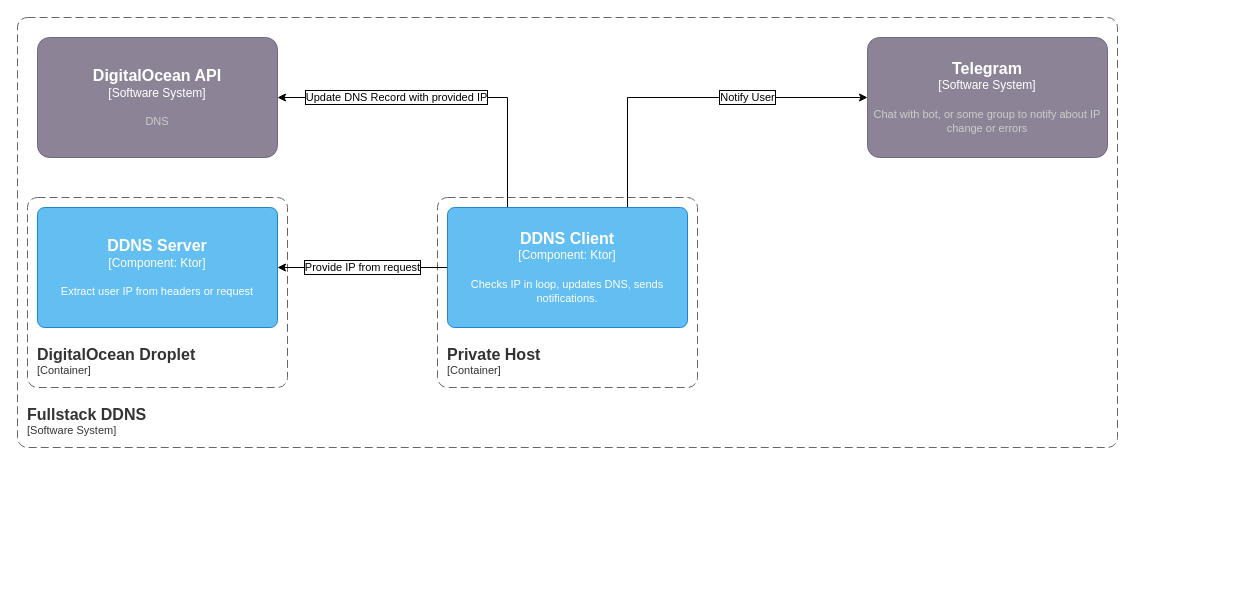
Heapy/ddns-fullstack keeps this draw.io diagram as docs/Fullstack DDNS.drawio. Above is the earlier version. Source tidied: cells renumbered, new cells numbered last; positions are measured from the earlier drawing's top-left corner, leaving out a move shared by most shapes. Both pictures are drawn from the tidied source at 100%, with x=0, y=0 at pixel (17, 17).
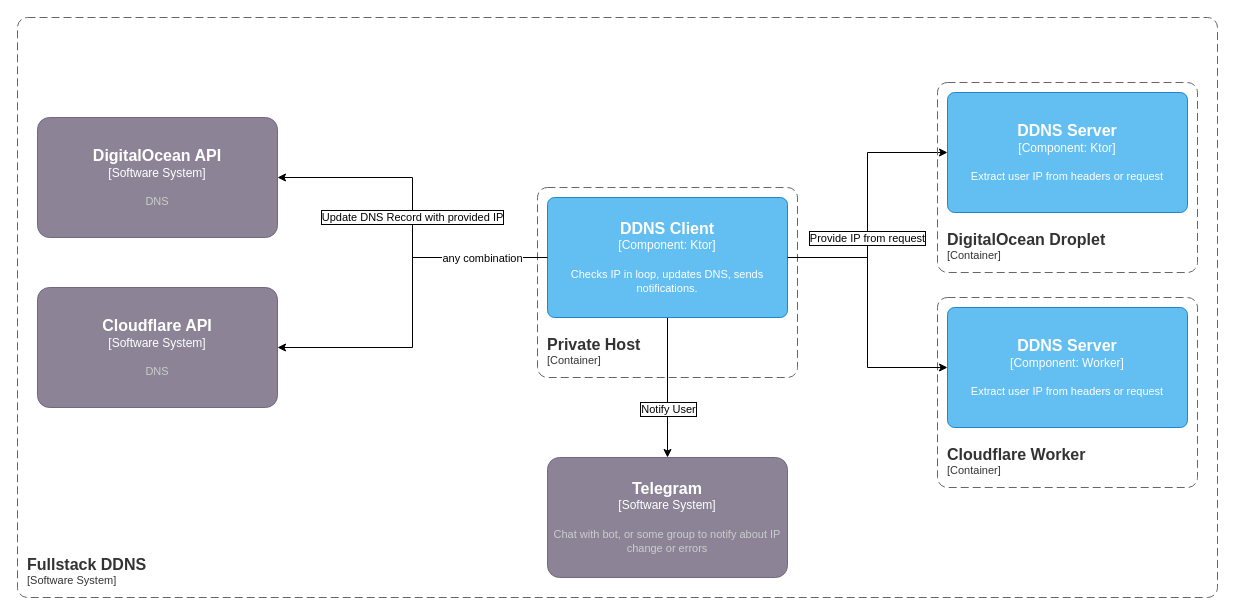
The same page after the edit.

Change to the diagram source:
```diff
@@
     <object id="2" label="&lt;font style=&quot;font-size: 16px&quot;&gt;&lt;b&gt;&lt;div style=&quot;text-align: left&quot;&gt;%c4Name%&lt;/div&gt;&lt;/b&gt;&lt;/font&gt;&lt;div style=&quot;text-align: left&quot;&gt;[%c4Application%]&lt;/div&gt;" c4Application="Software System" c4Name="Fullstack DDNS" placeholders="1">
       <mxCell style="rounded=1;fontSize=11;whiteSpace=wrap;html=1;dashed=1;arcSize=20;fillColor=none;strokeColor=#666666;fontColor=#333333;labelBackgroundColor=none;align=left;verticalAlign=bottom;labelBorderColor=none;spacingTop=0;spacing=10;dashPattern=8 4;perimeter=rectanglePerimeter;noLabel=0;labelPadding=0;absoluteArcSize=1;" parent="1" vertex="1">
-        <mxGeometry width="1100" height="430" as="geometry" />
+        <mxGeometry width="1200" height="580" as="geometry" />
       </mxCell>
     </object>
-    <object id="3" label="&lt;font style=&quot;font-size: 16px&quot;&gt;&lt;b&gt;&lt;div style=&quot;text-align: left&quot;&gt;%c4Name%&lt;/div&gt;&lt;/b&gt;&lt;/font&gt;&lt;div style=&quot;text-align: left&quot;&gt;[%c4Application%]&lt;/div&gt;" c4Application="Container" c4Name="DigitalOcean Droplet" placeholders="1">
-      <mxCell style="rounded=1;fontSize=11;whiteSpace=wrap;html=1;dashed=1;arcSize=20;fillColor=none;strokeColor=#666666;fontColor=#333333;labelBackgroundColor=none;align=left;verticalAlign=bottom;labelBorderColor=none;spacingTop=0;spacing=10;dashPattern=8 4;perimeter=rectanglePerimeter;noLabel=0;labelPadding=0;absoluteArcSize=1;" parent="1" vertex="1">
-        <mxGeometry x="10" y="180" width="260" height="190" as="geometry" />
-      </mxCell>
-    </object>
-    <object id="4" label="&lt;font style=&quot;font-size: 16px&quot;&gt;&lt;b&gt;%c4Name%&lt;/b&gt;&lt;/font&gt;&lt;div&gt;[%c4Type%: %c4Technology%]&lt;/div&gt;&lt;br&gt;&lt;div&gt;&lt;font style=&quot;font-size: 11px&quot;&gt;%c4Description%&lt;/font&gt;&lt;/div&gt;" c4Description="Extract user IP from headers or request" c4Name="DDNS Server" c4Technology="Ktor" c4Type="Component" placeholders="1">
-      <mxCell style="rounded=1;whiteSpace=wrap;html=1;labelBackgroundColor=none;fillColor=#63BEF2;fontColor=#ffffff;align=center;arcSize=6;strokeColor=#2086C9;points=[[0.25,0,0],[0.5,0,0],[0.75,0,0],[1,0.25,0],[1,0.5,0],[1,0.75,0],[0.75,1,0],[0.5,1,0],[0.25,1,0],[0,0.75,0],[0,0.5,0],[0,0.25,0]];labelBorderColor=none;" parent="1" vertex="1">
-        <mxGeometry x="20" y="190" width="240" height="120" as="geometry" />
-      </mxCell>
-    </object>
-    <object id="5" label="&lt;font style=&quot;font-size: 16px&quot;&gt;&lt;b&gt;&lt;div style=&quot;text-align: left&quot;&gt;%c4Name%&lt;/div&gt;&lt;/b&gt;&lt;/font&gt;&lt;div style=&quot;text-align: left&quot;&gt;[%c4Application%]&lt;/div&gt;" c4Application="Container" c4Name="Private Host" placeholders="1">
-      <mxCell style="rounded=1;fontSize=11;whiteSpace=wrap;html=1;dashed=1;arcSize=20;fillColor=none;strokeColor=#666666;fontColor=#333333;labelBackgroundColor=none;align=left;verticalAlign=bottom;labelBorderColor=none;spacingTop=0;spacing=10;dashPattern=8 4;perimeter=rectanglePerimeter;noLabel=0;labelPadding=0;absoluteArcSize=1;" parent="1" vertex="1">
-        <mxGeometry x="420" y="180" width="260" height="190" as="geometry" />
-      </mxCell>
-    </object>
-    <mxCell id="6" value="Provide IP from request" style="edgeStyle=orthogonalEdgeStyle;rounded=0;jettySize=auto;html=1;exitX=0;exitY=0.5;exitDx=0;exitDy=0;exitPerimeter=0;entryX=1;entryY=0.5;entryDx=0;entryDy=0;entryPerimeter=0;labelBorderColor=default;" parent="1" edge="1" source="9" target="4">
-      <mxGeometry relative="1" as="geometry" />
+    <mxCell id="6" value="Provide IP from request" style="edgeStyle=orthogonalEdgeStyle;rounded=0;jettySize=auto;html=1;exitX=1;exitY=0.5;exitDx=0;exitDy=0;exitPerimeter=0;entryX=0;entryY=0.5;entryDx=0;entryDy=0;entryPerimeter=0;labelBorderColor=default;" parent="1" edge="1" source="9" target="4">
+      <mxGeometry x="-0.25" relative="1" as="geometry" />
     </mxCell>
-    <mxCell id="7" value="Update DNS Record with provided IP" style="edgeStyle=orthogonalEdgeStyle;rounded=0;jettySize=auto;html=1;exitX=0.25;exitY=0;exitDx=0;exitDy=0;exitPerimeter=0;entryX=1;entryY=0.5;entryDx=0;entryDy=0;entryPerimeter=0;labelBorderColor=default;" parent="1" edge="1" source="9" target="10">
-      <mxGeometry x="0.3" relative="1" as="geometry" />
+    <mxCell id="7" value="Update DNS Record with provided IP" style="edgeStyle=orthogonalEdgeStyle;rounded=0;jettySize=auto;html=1;exitX=0;exitY=0.5;exitDx=0;exitDy=0;exitPerimeter=0;entryX=1;entryY=0.5;entryDx=0;entryDy=0;entryPerimeter=0;labelBorderColor=default;" parent="1" edge="1" source="9" target="10">
+      <mxGeometry relative="1" as="geometry" />
     </mxCell>
-    <mxCell id="8" value="Notify User" style="edgeStyle=orthogonalEdgeStyle;rounded=0;jettySize=auto;html=1;exitX=0.75;exitY=0;exitDx=0;exitDy=0;exitPerimeter=0;entryX=0;entryY=0.5;entryDx=0;entryDy=0;entryPerimeter=0;labelBorderColor=default;" parent="1" edge="1" source="9" target="11">
+    <mxCell id="8" value="Notify User" style="edgeStyle=orthogonalEdgeStyle;rounded=0;jettySize=auto;html=1;exitX=0.5;exitY=1;exitDx=0;exitDy=0;exitPerimeter=0;entryX=0.5;entryY=0;entryDx=0;entryDy=0;entryPerimeter=0;labelBorderColor=default;" parent="1" edge="1" source="9" target="11">
       <mxGeometry x="0.31" relative="1" as="geometry">
         <mxPoint x="1" as="offset" />
       </mxGeometry>
     </mxCell>
-    <object id="9" label="&lt;font style=&quot;font-size: 16px&quot;&gt;&lt;b&gt;%c4Name%&lt;/b&gt;&lt;/font&gt;&lt;div&gt;[%c4Type%: %c4Technology%]&lt;/div&gt;&lt;br&gt;&lt;div&gt;&lt;font style=&quot;font-size: 11px&quot;&gt;%c4Description%&lt;/font&gt;&lt;/div&gt;" c4Description="Checks IP in loop, updates DNS, sends notifications. " c4Name="DDNS Client" c4Technology="Ktor" c4Type="Component" placeholders="1">
-      <mxCell style="rounded=1;whiteSpace=wrap;html=1;labelBackgroundColor=none;fillColor=#63BEF2;fontColor=#ffffff;align=center;arcSize=6;strokeColor=#2086C9;points=[[0.25,0,0],[0.5,0,0],[0.75,0,0],[1,0.25,0],[1,0.5,0],[1,0.75,0],[0.75,1,0],[0.5,1,0],[0.25,1,0],[0,0.75,0],[0,0.5,0],[0,0.25,0]];labelBorderColor=none;" parent="1" vertex="1">
-        <mxGeometry x="430" y="190" width="240" height="120" as="geometry" />
-      </mxCell>
-    </object>
     <object id="10" label="&lt;font style=&quot;font-size: 16px&quot;&gt;&lt;b&gt;%c4Name%&lt;/b&gt;&lt;/font&gt;&lt;div&gt;[%c4Type%]&lt;/div&gt;&lt;br&gt;&lt;div&gt;&lt;font style=&quot;font-size: 11px&quot;&gt;&lt;font color=&quot;#cccccc&quot;&gt;%c4Description%&lt;/font&gt;&lt;/div&gt;" c4Description="DNS" c4Name="DigitalOcean API" c4Type="Software System" placeholders="1">
       <mxCell style="rounded=1;whiteSpace=wrap;html=1;labelBackgroundColor=none;fillColor=#8C8496;fontColor=#ffffff;align=center;arcSize=10;strokeColor=#736782;points=[[0.25,0,0],[0.5,0,0],[0.75,0,0],[1,0.25,0],[1,0.5,0],[1,0.75,0],[0.75,1,0],[0.5,1,0],[0.25,1,0],[0,0.75,0],[0,0.5,0],[0,0.25,0]];labelBorderColor=none;" parent="1" vertex="1">
-        <mxGeometry x="20" y="20" width="240" height="120" as="geometry" />
+        <mxGeometry x="20" y="100" width="240" height="120" as="geometry" />
       </mxCell>
     </object>
     <object id="11" label="&lt;font style=&quot;font-size: 16px&quot;&gt;&lt;b&gt;%c4Name%&lt;/b&gt;&lt;/font&gt;&lt;div&gt;[%c4Type%]&lt;/div&gt;&lt;br&gt;&lt;div&gt;&lt;font style=&quot;font-size: 11px&quot;&gt;&lt;font color=&quot;#cccccc&quot;&gt;%c4Description%&lt;/font&gt;&lt;/div&gt;" c4Description="Chat with bot, or some group to notify about IP change or errors" c4Name="Telegram" c4Type="Software System" placeholders="1">
       <mxCell style="rounded=1;whiteSpace=wrap;html=1;labelBackgroundColor=none;fillColor=#8C8496;fontColor=#ffffff;align=center;arcSize=10;strokeColor=#736782;points=[[0.25,0,0],[0.5,0,0],[0.75,0,0],[1,0.25,0],[1,0.5,0],[1,0.75,0],[0.75,1,0],[0.5,1,0],[0.25,1,0],[0,0.75,0],[0,0.5,0],[0,0.25,0]];labelBorderColor=none;" parent="1" vertex="1">
-        <mxGeometry x="850" y="20" width="240" height="120" as="geometry" />
+        <mxGeometry x="530" y="440" width="240" height="120" as="geometry" />
       </mxCell>
     </object>
+    <object id="12" label="&lt;font style=&quot;font-size: 16px&quot;&gt;&lt;b&gt;%c4Name%&lt;/b&gt;&lt;/font&gt;&lt;div&gt;[%c4Type%]&lt;/div&gt;&lt;br&gt;&lt;div&gt;&lt;font style=&quot;font-size: 11px&quot;&gt;&lt;font color=&quot;#cccccc&quot;&gt;%c4Description%&lt;/font&gt;&lt;/div&gt;" c4Description="DNS" c4Name="Cloudflare API" c4Type="Software System" placeholders="1">
+      <mxCell style="rounded=1;whiteSpace=wrap;html=1;labelBackgroundColor=none;fillColor=#8C8496;fontColor=#ffffff;align=center;arcSize=10;strokeColor=#736782;points=[[0.25,0,0],[0.5,0,0],[0.75,0,0],[1,0.25,0],[1,0.5,0],[1,0.75,0],[0.75,1,0],[0.5,1,0],[0.25,1,0],[0,0.75,0],[0,0.5,0],[0,0.25,0]];labelBorderColor=none;" parent="1" vertex="1">
+        <mxGeometry x="20" y="270" width="240" height="120" as="geometry" />
+      </mxCell>
+    </object>
+    <mxCell id="13" style="group;" parent="1" vertex="1">
+      <mxGeometry x="520" y="170" width="260" height="190" as="geometry" />
+    </mxCell>
+    <object id="5" label="&lt;font style=&quot;font-size: 16px&quot;&gt;&lt;b&gt;&lt;div style=&quot;text-align: left&quot;&gt;%c4Name%&lt;/div&gt;&lt;/b&gt;&lt;/font&gt;&lt;div style=&quot;text-align: left&quot;&gt;[%c4Application%]&lt;/div&gt;" c4Application="Container" c4Name="Private Host" placeholders="1">
+      <mxCell style="rounded=1;fontSize=11;whiteSpace=wrap;html=1;dashed=1;arcSize=20;fillColor=none;strokeColor=#666666;fontColor=#333333;labelBackgroundColor=none;align=left;verticalAlign=bottom;labelBorderColor=none;spacingTop=0;spacing=10;dashPattern=8 4;perimeter=rectanglePerimeter;noLabel=0;labelPadding=0;absoluteArcSize=1;" parent="13" vertex="1">
+        <mxGeometry width="260" height="190" as="geometry" />
+      </mxCell>
+    </object>
+    <object id="9" label="&lt;font style=&quot;font-size: 16px&quot;&gt;&lt;b&gt;%c4Name%&lt;/b&gt;&lt;/font&gt;&lt;div&gt;[%c4Type%: %c4Technology%]&lt;/div&gt;&lt;br&gt;&lt;div&gt;&lt;font style=&quot;font-size: 11px&quot;&gt;%c4Description%&lt;/font&gt;&lt;/div&gt;" c4Description="Checks IP in loop, updates DNS, sends notifications. " c4Name="DDNS Client" c4Technology="Ktor" c4Type="Component" placeholders="1">
+      <mxCell style="rounded=1;whiteSpace=wrap;html=1;labelBackgroundColor=none;fillColor=#63BEF2;fontColor=#ffffff;align=center;arcSize=6;strokeColor=#2086C9;points=[[0.25,0,0],[0.5,0,0],[0.75,0,0],[1,0.25,0],[1,0.5,0],[1,0.75,0],[0.75,1,0],[0.5,1,0],[0.25,1,0],[0,0.75,0],[0,0.5,0],[0,0.25,0]];labelBorderColor=none;" parent="13" vertex="1">
+        <mxGeometry x="10" y="10" width="240" height="120" as="geometry" />
+      </mxCell>
+    </object>
+    <mxCell id="14" style="group;" parent="1" vertex="1">
+      <mxGeometry x="920" y="65" width="260" height="190" as="geometry" />
+    </mxCell>
+    <object id="3" label="&lt;font style=&quot;font-size: 16px&quot;&gt;&lt;b&gt;&lt;div style=&quot;text-align: left&quot;&gt;%c4Name%&lt;/div&gt;&lt;/b&gt;&lt;/font&gt;&lt;div style=&quot;text-align: left&quot;&gt;[%c4Application%]&lt;/div&gt;" c4Application="Container" c4Name="DigitalOcean Droplet" placeholders="1">
+      <mxCell style="rounded=1;fontSize=11;whiteSpace=wrap;html=1;dashed=1;arcSize=20;fillColor=none;strokeColor=#666666;fontColor=#333333;labelBackgroundColor=none;align=left;verticalAlign=bottom;labelBorderColor=none;spacingTop=0;spacing=10;dashPattern=8 4;perimeter=rectanglePerimeter;noLabel=0;labelPadding=0;absoluteArcSize=1;" parent="14" vertex="1">
+        <mxGeometry width="260" height="190" as="geometry" />
+      </mxCell>
+    </object>
+    <object id="4" label="&lt;font style=&quot;font-size: 16px&quot;&gt;&lt;b&gt;%c4Name%&lt;/b&gt;&lt;/font&gt;&lt;div&gt;[%c4Type%: %c4Technology%]&lt;/div&gt;&lt;br&gt;&lt;div&gt;&lt;font style=&quot;font-size: 11px&quot;&gt;%c4Description%&lt;/font&gt;&lt;/div&gt;" c4Description="Extract user IP from headers or request" c4Name="DDNS Server" c4Technology="Ktor" c4Type="Component" placeholders="1">
+      <mxCell style="rounded=1;whiteSpace=wrap;html=1;labelBackgroundColor=none;fillColor=#63BEF2;fontColor=#ffffff;align=center;arcSize=6;strokeColor=#2086C9;points=[[0.25,0,0],[0.5,0,0],[0.75,0,0],[1,0.25,0],[1,0.5,0],[1,0.75,0],[0.75,1,0],[0.5,1,0],[0.25,1,0],[0,0.75,0],[0,0.5,0],[0,0.25,0]];labelBorderColor=none;" parent="14" vertex="1">
+        <mxGeometry x="10" y="10" width="240" height="120" as="geometry" />
+      </mxCell>
+    </object>
+    <mxCell id="15" style="edgeStyle=orthogonalEdgeStyle;rounded=0;jettySize=auto;html=1;entryX=1;entryY=0.5;entryDx=0;entryDy=0;entryPerimeter=0;" parent="1" edge="1" source="9" target="12">
+      <mxGeometry relative="1" as="geometry" />
+    </mxCell>
+    <mxCell id="16" value="any combination" style="edgeLabel;html=1;align=center;verticalAlign=middle;" parent="15" vertex="1">
+      <mxGeometry x="-0.64" relative="1" as="geometry">
+        <mxPoint x="-1" as="offset" />
+      </mxGeometry>
+    </mxCell>
+    <mxCell id="17" style="group;" parent="1" vertex="1">
+      <mxGeometry x="920" y="280" width="260" height="190" as="geometry" />
+    </mxCell>
+    <object id="18" label="&lt;font style=&quot;font-size: 16px&quot;&gt;&lt;b&gt;&lt;div style=&quot;text-align: left&quot;&gt;%c4Name%&lt;/div&gt;&lt;/b&gt;&lt;/font&gt;&lt;div style=&quot;text-align: left&quot;&gt;[%c4Application%]&lt;/div&gt;" c4Application="Container" c4Name="Cloudflare Worker" placeholders="1">
+      <mxCell style="rounded=1;fontSize=11;whiteSpace=wrap;html=1;dashed=1;arcSize=20;fillColor=none;strokeColor=#666666;fontColor=#333333;labelBackgroundColor=none;align=left;verticalAlign=bottom;labelBorderColor=none;spacingTop=0;spacing=10;dashPattern=8 4;perimeter=rectanglePerimeter;noLabel=0;labelPadding=0;absoluteArcSize=1;" parent="17" vertex="1">
+        <mxGeometry width="260" height="190" as="geometry" />
+      </mxCell>
+    </object>
+    <object id="19" label="&lt;font style=&quot;font-size: 16px&quot;&gt;&lt;b&gt;%c4Name%&lt;/b&gt;&lt;/font&gt;&lt;div&gt;[%c4Type%: %c4Technology%]&lt;/div&gt;&lt;br&gt;&lt;div&gt;&lt;font style=&quot;font-size: 11px&quot;&gt;%c4Description%&lt;/font&gt;&lt;/div&gt;" c4Description="Extract user IP from headers or request" c4Name="DDNS Server" c4Technology="Worker" c4Type="Component" placeholders="1">
+      <mxCell style="rounded=1;whiteSpace=wrap;html=1;labelBackgroundColor=none;fillColor=#63BEF2;fontColor=#ffffff;align=center;arcSize=6;strokeColor=#2086C9;points=[[0.25,0,0],[0.5,0,0],[0.75,0,0],[1,0.25,0],[1,0.5,0],[1,0.75,0],[0.75,1,0],[0.5,1,0],[0.25,1,0],[0,0.75,0],[0,0.5,0],[0,0.25,0]];labelBorderColor=none;" parent="17" vertex="1">
+        <mxGeometry x="10" y="10" width="240" height="120" as="geometry" />
+      </mxCell>
+    </object>
+    <mxCell id="20" style="edgeStyle=orthogonalEdgeStyle;rounded=0;jettySize=auto;html=1;" parent="1" edge="1" source="9" target="19">
+      <mxGeometry relative="1" as="geometry" />
+    </mxCell>
```
